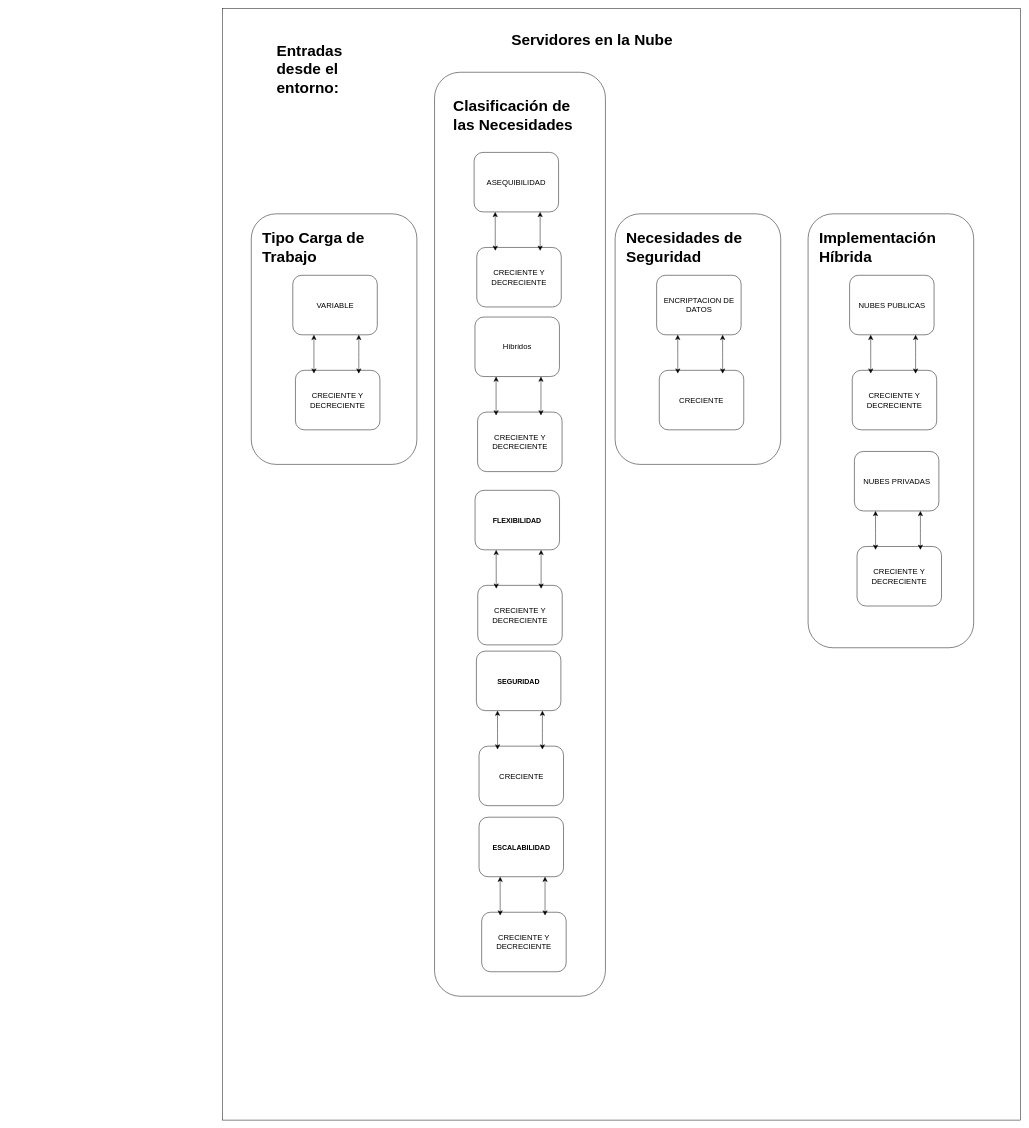
Earlier version of the draw.io diagram page "Página-1" (1 of 2) of SimulacionBasadaEnAgentes.drawio (EstebanGitPro/AdminFinanazas). Source tidied: cells renumbered, new cells numbered last; positions are measured from the earlier drawing's top-left corner, leaving out a move shared by most shapes. Both pictures are drawn from the tidied source at 48%, with x=0, y=0 at pixel (222, 8).
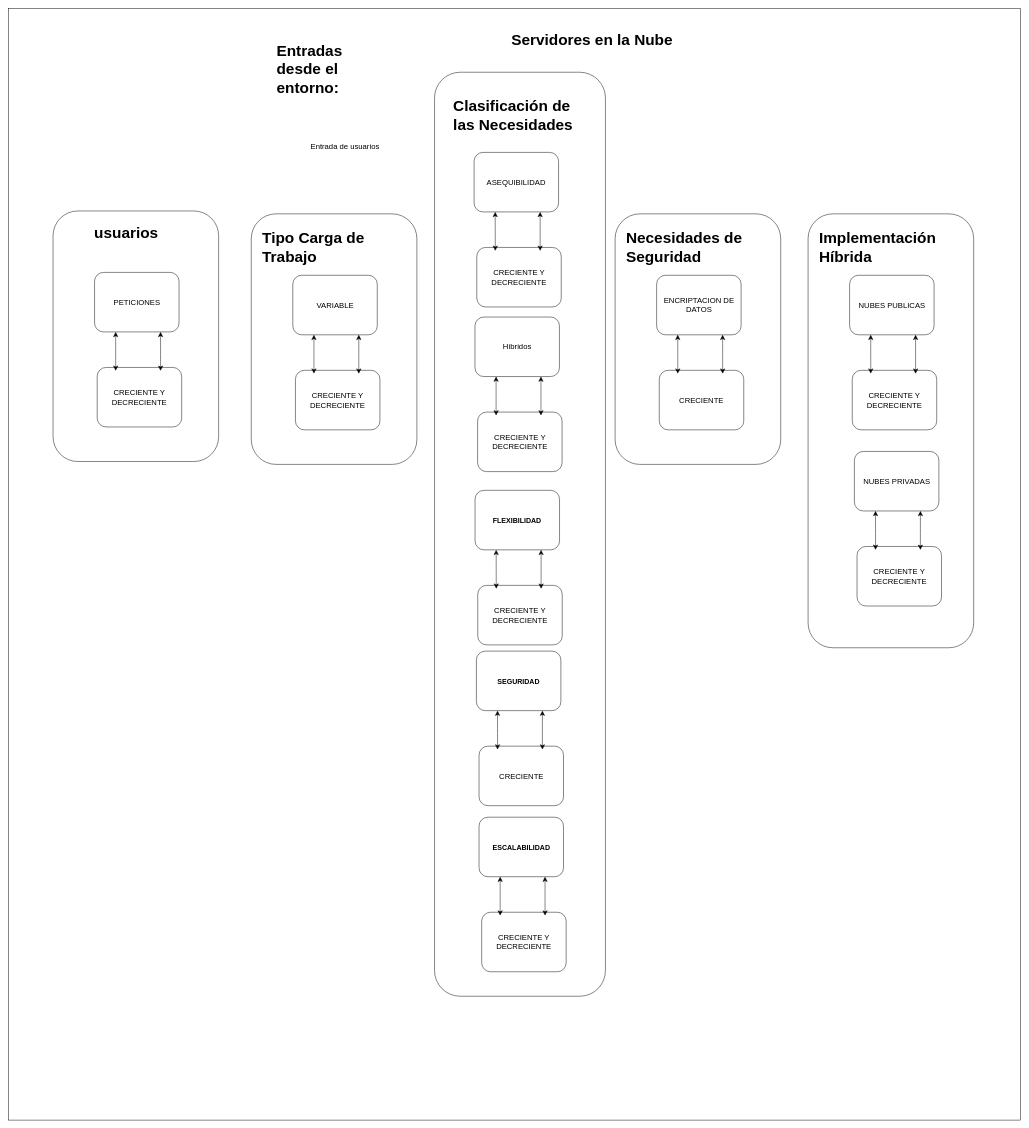
The same page after the edit.

Diff of the diagram source:
```diff
@@
     <mxCell id="2" style="rounded=0;whiteSpace=wrap;html=1;fontSize=16;" parent="1" vertex="1">
-      <mxGeometry width="1662" height="2316" as="geometry" />
+      <mxGeometry x="-446" width="2108" height="2316" as="geometry" />
     </mxCell>
@@
+    <mxCell id="49" value="Entrada de usuarios" style="text;html=1;strokeColor=none;fillColor=none;align=center;verticalAlign=middle;whiteSpace=wrap;rounded=0;fontSize=16;" parent="1" vertex="1">
+      <mxGeometry x="152" y="234" width="207" height="105" as="geometry" />
+    </mxCell>
+    <mxCell id="50" style="rounded=1;whiteSpace=wrap;html=1;fontSize=16;" parent="1" vertex="1">
+      <mxGeometry x="-353" y="422" width="345" height="522" as="geometry" />
+    </mxCell>
+    <mxCell id="51" value="&lt;h1&gt;usuarios&lt;/h1&gt;" style="text;html=1;strokeColor=none;fillColor=none;spacing=5;spacingTop=-20;whiteSpace=wrap;overflow=hidden;rounded=0;fontSize=16;" parent="1" vertex="1">
+      <mxGeometry x="-272" y="438" width="166" height="58" as="geometry" />
+    </mxCell>
+    <mxCell id="52" value="PETICIONES" style="rounded=1;whiteSpace=wrap;html=1;fontSize=16;" parent="1" vertex="1">
+      <mxGeometry x="-266.5" y="550" width="176" height="124" as="geometry" />
+    </mxCell>
+    <mxCell id="53" value="CRECIENTE Y DECRECIENTE" style="rounded=1;whiteSpace=wrap;html=1;fontSize=16;" parent="1" vertex="1">
+      <mxGeometry x="-261" y="748" width="176" height="124" as="geometry" />
+    </mxCell>
+    <mxCell id="54" style="endArrow=classic;startArrow=classic;html=1;rounded=0;fontSize=12;startSize=8;endSize=8;curved=1;entryX=0.25;entryY=1;entryDx=0;entryDy=0;exitX=0.219;exitY=0.056;exitDx=0;exitDy=0;exitPerimeter=0;" parent="1" edge="1" source="53" target="52">
+      <mxGeometry relative="1" as="geometry" />
+    </mxCell>
+    <mxCell id="55" style="endArrow=classic;startArrow=classic;html=1;rounded=0;fontSize=12;startSize=8;endSize=8;curved=1;entryX=0.25;entryY=1;entryDx=0;entryDy=0;exitX=0.219;exitY=0.056;exitDx=0;exitDy=0;exitPerimeter=0;" parent="1" edge="1">
+      <mxGeometry relative="1" as="geometry">
+        <mxPoint x="-129" y="755" as="sourcePoint" />
+        <mxPoint x="-129" y="674" as="targetPoint" />
+      </mxGeometry>
+    </mxCell>
```
